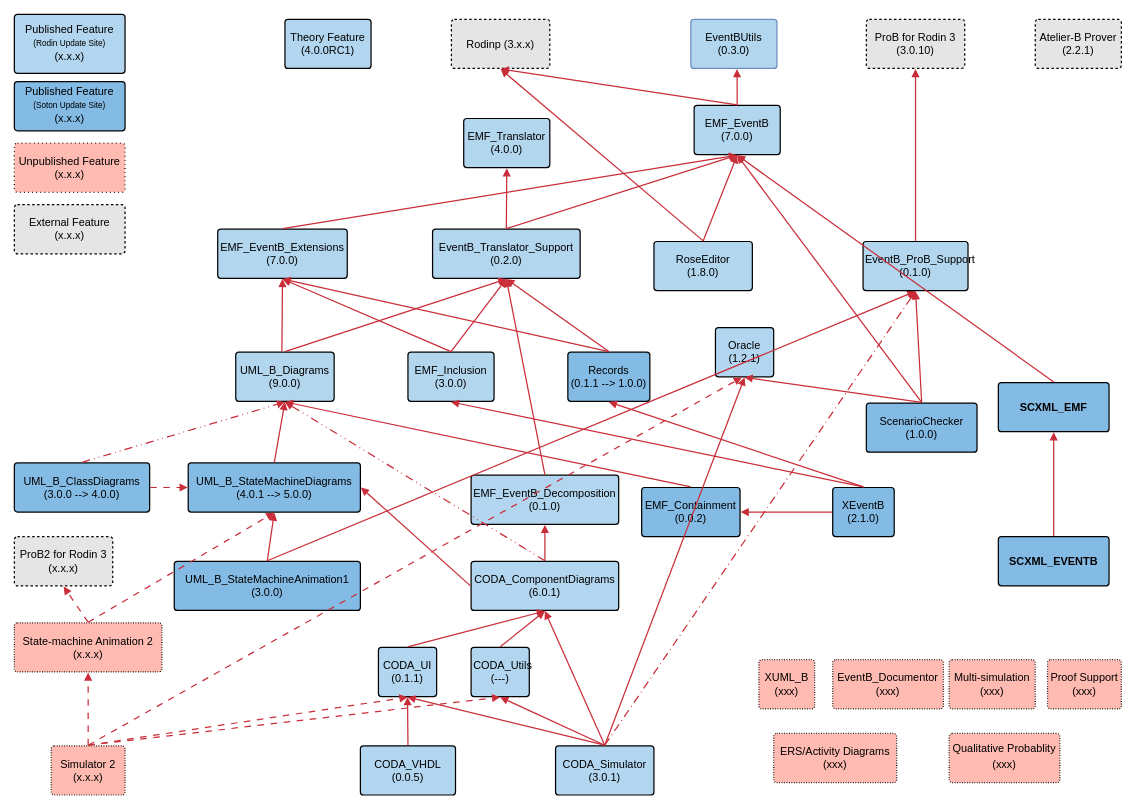
This is diagrams/Rodin Features.drawio from eventB-Soton/DevelopmentProcedures, a draw.io file, before an edit. Source tidied: cells renumbered, new cells numbered last; positions are measured from the earlier drawing's top-left corner, leaving out a move shared by most shapes. Both pictures are drawn from the tidied source at 82%, with x=0, y=0 at pixel (14, 14).
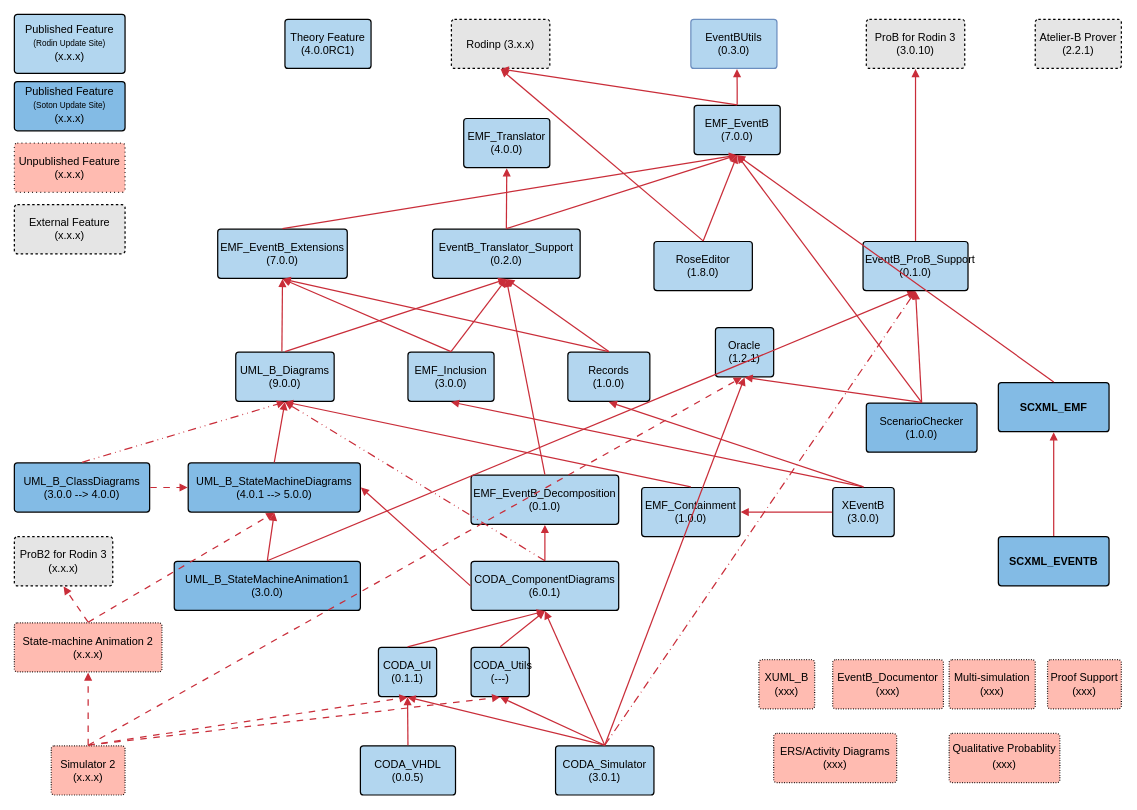
Above is the later version.

Change to the diagram source:
```diff
@@
-    <mxCell id="14" value="EMF_Containment (0.0.2)" style="html=1;overflow=block;blockSpacing=1;whiteSpace=wrap;fontSize=13.3;fontColor=default;spacing=3.8;strokeOpacity=100;fillOpacity=100;rounded=1;absoluteArcSize=1;arcSize=7.5;fillColor=#83bbe5;strokeWidth=1.5;" parent="1" vertex="1">
+    <mxCell id="14" value="EMF_Containment (1.0.0)" style="html=1;overflow=block;blockSpacing=1;whiteSpace=wrap;fontSize=13.3;fontColor=default;spacing=3.8;strokeOpacity=100;fillOpacity=100;rounded=1;absoluteArcSize=1;arcSize=7.5;fillColor=#b3d6ef;strokeWidth=1.5;" parent="1" vertex="1">
       <mxGeometry x="765" y="577" width="120" height="60" as="geometry" />
     </mxCell>
-    <mxCell id="15" value="XEventB (2.1.0)" style="html=1;overflow=block;blockSpacing=1;whiteSpace=wrap;fontSize=13.3;fontColor=default;spacing=3.8;strokeOpacity=100;fillOpacity=100;rounded=1;absoluteArcSize=1;arcSize=7.5;fillColor=#83bbe5;strokeWidth=1.5;" parent="1" vertex="1">
+    <mxCell id="15" value="XEventB (3.0.0)" style="html=1;overflow=block;blockSpacing=1;whiteSpace=wrap;fontSize=13.3;fontColor=default;spacing=3.8;strokeOpacity=100;fillOpacity=100;rounded=1;absoluteArcSize=1;arcSize=7.5;fillColor=#b3d6ef;strokeWidth=1.5;" parent="1" vertex="1">
       <mxGeometry x="998" y="577" width="75" height="60" as="geometry" />
     </mxCell>
@@
-    <mxCell id="23" value="&lt;div&gt;Records &lt;br&gt;&lt;/div&gt;&lt;div&gt;(0.1.1 --&amp;gt; 1.0.0)&lt;/div&gt;" style="html=1;overflow=block;blockSpacing=1;whiteSpace=wrap;fontSize=13.3;fontColor=default;spacing=3.8;strokeOpacity=100;fillOpacity=100;rounded=1;absoluteArcSize=1;arcSize=7.5;fillColor=#83bbe5;strokeWidth=1.5;" parent="1" vertex="1">
+    <mxCell id="23" value="&lt;div&gt;Records &lt;br&gt;&lt;/div&gt;&lt;div&gt;(1.0.0)&lt;/div&gt;" style="html=1;overflow=block;blockSpacing=1;whiteSpace=wrap;fontSize=13.3;fontColor=default;spacing=3.8;strokeOpacity=100;fillOpacity=100;rounded=1;absoluteArcSize=1;arcSize=7.5;fillColor=#b3d6ef;strokeWidth=1.5;" parent="1" vertex="1">
       <mxGeometry x="675" y="412" width="100" height="60" as="geometry" />
     </mxCell>
```
